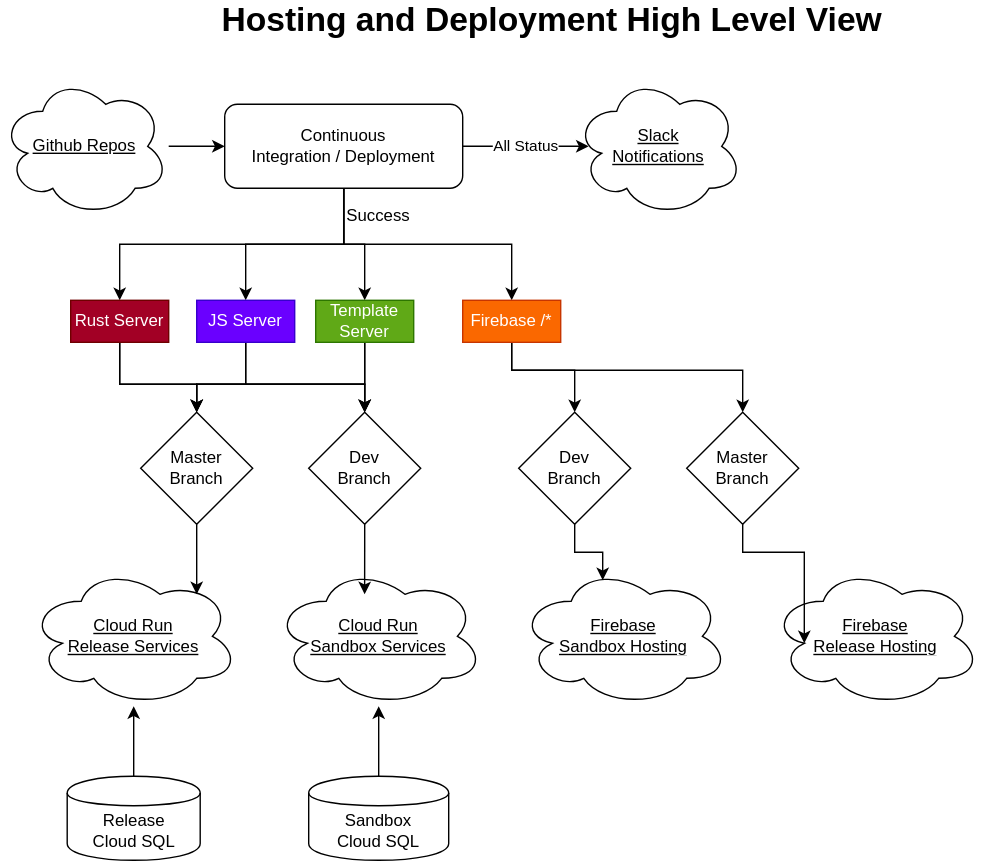
ji-devs/ji-cloud keeps this draw.io diagram as documentation/src/engineering/hosting-deployment/hosting-deployment.drawio.svg. Above is the earlier version. Source tidied: cells renumbered, new cells last; positions are measured from the earlier drawing's top-left corner, leaving out a move shared by most shapes. Its diagram source:
```xml
<mxGraphModel>
  <root>
    <mxCell id="0" />
    <mxCell id="1" parent="0" />
    <mxCell id="2" style="edgeStyle=orthogonalEdgeStyle;rounded=0;jettySize=auto;html=1;entryX=0;entryY=0.5;entryDx=0;entryDy=0;" parent="1" edge="1" source="3" target="9">
      <mxGeometry relative="1" as="geometry" />
    </mxCell>
    <mxCell id="3" value="&lt;u&gt;Github Repos&lt;/u&gt;" style="ellipse;shape=cloud;whiteSpace=wrap;html=1;" parent="1" vertex="1">
      <mxGeometry y="50" width="120" height="100" as="geometry" />
    </mxCell>
    <mxCell id="4" value="All Status" style="edgeStyle=orthogonalEdgeStyle;rounded=0;jettySize=auto;html=1;entryX=0.083;entryY=0.5;entryDx=0;entryDy=0;entryPerimeter=0;" parent="1" edge="1" source="9" target="10">
      <mxGeometry relative="1" as="geometry" />
    </mxCell>
    <mxCell id="5" style="edgeStyle=orthogonalEdgeStyle;rounded=0;jettySize=auto;html=1;entryX=0.5;entryY=0;entryDx=0;entryDy=0;" parent="1" edge="1" source="9" target="13">
      <mxGeometry relative="1" as="geometry">
        <Array as="points">
          <mxPoint x="245" y="170" />
          <mxPoint x="85" y="170" />
        </Array>
      </mxGeometry>
    </mxCell>
    <mxCell id="6" style="edgeStyle=orthogonalEdgeStyle;rounded=0;jettySize=auto;html=1;" parent="1" edge="1" source="9" target="16">
      <mxGeometry relative="1" as="geometry" />
    </mxCell>
    <mxCell id="7" style="edgeStyle=orthogonalEdgeStyle;rounded=0;jettySize=auto;html=1;entryX=0.5;entryY=0;entryDx=0;entryDy=0;" parent="1" edge="1" source="9" target="19">
      <mxGeometry relative="1" as="geometry" />
    </mxCell>
    <mxCell id="8" style="edgeStyle=orthogonalEdgeStyle;rounded=0;jettySize=auto;html=1;entryX=0.5;entryY=0;entryDx=0;entryDy=0;" parent="1" edge="1" source="9" target="23">
      <mxGeometry relative="1" as="geometry" />
    </mxCell>
    <mxCell id="9" value="Continuous &lt;br&gt;Integration / Deployment" style="rounded=1;whiteSpace=wrap;html=1;" parent="1" vertex="1">
      <mxGeometry x="160" y="70" width="170" height="60" as="geometry" />
    </mxCell>
    <mxCell id="10" value="&lt;u&gt;Slack &lt;br&gt;Notifications&lt;/u&gt;" style="ellipse;shape=cloud;whiteSpace=wrap;html=1;" parent="1" vertex="1">
      <mxGeometry x="410" y="50" width="120" height="100" as="geometry" />
    </mxCell>
    <mxCell id="11" style="edgeStyle=orthogonalEdgeStyle;rounded=0;jettySize=auto;html=1;" parent="1" edge="1" source="13" target="27">
      <mxGeometry relative="1" as="geometry">
        <Array as="points">
          <mxPoint x="85" y="270" />
          <mxPoint x="140" y="270" />
        </Array>
      </mxGeometry>
    </mxCell>
    <mxCell id="12" style="edgeStyle=orthogonalEdgeStyle;rounded=0;jettySize=auto;html=1;entryX=0.5;entryY=0;entryDx=0;entryDy=0;" parent="1" edge="1" source="13" target="29">
      <mxGeometry relative="1" as="geometry">
        <Array as="points">
          <mxPoint x="85" y="270" />
          <mxPoint x="260" y="270" />
        </Array>
      </mxGeometry>
    </mxCell>
    <mxCell id="13" value="Rust Server" style="rounded=0;whiteSpace=wrap;html=1;fillColor=#a20025;strokeColor=#6F0000;fontColor=#ffffff;" parent="1" vertex="1">
      <mxGeometry x="50" y="210" width="70" height="30" as="geometry" />
    </mxCell>
    <mxCell id="14" style="edgeStyle=orthogonalEdgeStyle;rounded=0;jettySize=auto;html=1;" parent="1" edge="1" source="16" target="27">
      <mxGeometry relative="1" as="geometry">
        <Array as="points">
          <mxPoint x="175" y="270" />
          <mxPoint x="140" y="270" />
        </Array>
      </mxGeometry>
    </mxCell>
    <mxCell id="15" style="edgeStyle=orthogonalEdgeStyle;rounded=0;jettySize=auto;html=1;entryX=0.5;entryY=0;entryDx=0;entryDy=0;" parent="1" edge="1" source="16" target="29">
      <mxGeometry relative="1" as="geometry">
        <Array as="points">
          <mxPoint x="175" y="270" />
          <mxPoint x="260" y="270" />
        </Array>
      </mxGeometry>
    </mxCell>
    <mxCell id="16" value="JS Server" style="rounded=0;whiteSpace=wrap;html=1;fillColor=#6a00ff;strokeColor=#3700CC;fontColor=#ffffff;" parent="1" vertex="1">
      <mxGeometry x="140" y="210" width="70" height="30" as="geometry" />
    </mxCell>
    <mxCell id="17" style="edgeStyle=orthogonalEdgeStyle;rounded=0;jettySize=auto;html=1;" parent="1" edge="1" source="19" target="27">
      <mxGeometry relative="1" as="geometry">
        <Array as="points">
          <mxPoint x="260" y="270" />
          <mxPoint x="140" y="270" />
        </Array>
      </mxGeometry>
    </mxCell>
    <mxCell id="18" style="edgeStyle=orthogonalEdgeStyle;rounded=0;jettySize=auto;html=1;entryX=0.5;entryY=0;entryDx=0;entryDy=0;" parent="1" edge="1" source="19" target="29">
      <mxGeometry relative="1" as="geometry" />
    </mxCell>
    <mxCell id="19" value="Template Server" style="rounded=0;whiteSpace=wrap;html=1;fillColor=#60a917;strokeColor=#2D7600;fontColor=#ffffff;" parent="1" vertex="1">
      <mxGeometry x="225" y="210" width="70" height="30" as="geometry" />
    </mxCell>
    <mxCell id="20" value="&lt;u&gt;Cloud Run&lt;br&gt;Release Services&lt;br&gt;&lt;/u&gt;" style="ellipse;shape=cloud;whiteSpace=wrap;html=1;" parent="1" vertex="1">
      <mxGeometry x="20" y="400" width="150" height="100" as="geometry" />
    </mxCell>
    <mxCell id="21" style="edgeStyle=orthogonalEdgeStyle;rounded=0;jettySize=auto;html=1;" parent="1" edge="1" source="23" target="36">
      <mxGeometry relative="1" as="geometry">
        <Array as="points">
          <mxPoint x="365" y="260" />
          <mxPoint x="410" y="260" />
        </Array>
      </mxGeometry>
    </mxCell>
    <mxCell id="22" style="edgeStyle=orthogonalEdgeStyle;rounded=0;jettySize=auto;html=1;" parent="1" edge="1" source="23" target="38">
      <mxGeometry relative="1" as="geometry">
        <Array as="points">
          <mxPoint x="365" y="260" />
          <mxPoint x="530" y="260" />
        </Array>
      </mxGeometry>
    </mxCell>
    <mxCell id="23" value="Firebase /*" style="rounded=0;whiteSpace=wrap;html=1;fillColor=#fa6800;strokeColor=#C73500;fontColor=#ffffff;" parent="1" vertex="1">
      <mxGeometry x="330" y="210" width="70" height="30" as="geometry" />
    </mxCell>
    <mxCell id="24" value="&lt;u&gt;Cloud Run&lt;br&gt;Sandbox Services&lt;br&gt;&lt;/u&gt;" style="ellipse;shape=cloud;whiteSpace=wrap;html=1;" parent="1" vertex="1">
      <mxGeometry x="195" y="400" width="150" height="100" as="geometry" />
    </mxCell>
    <mxCell id="25" value="Success" style="text;html=1;strokeColor=none;fillColor=none;align=center;verticalAlign=middle;whiteSpace=wrap;rounded=0;" parent="1" vertex="1">
      <mxGeometry x="250" y="140" width="40" height="20" as="geometry" />
    </mxCell>
    <mxCell id="26" style="edgeStyle=orthogonalEdgeStyle;rounded=0;jettySize=auto;html=1;entryX=0.8;entryY=0.2;entryDx=0;entryDy=0;entryPerimeter=0;" parent="1" edge="1" source="27" target="20">
      <mxGeometry relative="1" as="geometry" />
    </mxCell>
    <mxCell id="27" value="Master Branch" style="rhombus;whiteSpace=wrap;html=1;" parent="1" vertex="1">
      <mxGeometry x="100" y="290" width="80" height="80" as="geometry" />
    </mxCell>
    <mxCell id="28" style="edgeStyle=orthogonalEdgeStyle;rounded=0;jettySize=auto;html=1;entryX=0.433;entryY=0.2;entryDx=0;entryDy=0;entryPerimeter=0;" parent="1" edge="1" source="29" target="24">
      <mxGeometry relative="1" as="geometry" />
    </mxCell>
    <mxCell id="29" value="Dev&lt;br&gt;Branch" style="rhombus;whiteSpace=wrap;html=1;" parent="1" vertex="1">
      <mxGeometry x="220" y="290" width="80" height="80" as="geometry" />
    </mxCell>
    <mxCell id="30" style="edgeStyle=orthogonalEdgeStyle;rounded=0;jettySize=auto;html=1;entryX=0.5;entryY=1;entryDx=0;entryDy=0;entryPerimeter=0;" parent="1" edge="1" source="31" target="24">
      <mxGeometry relative="1" as="geometry" />
    </mxCell>
    <mxCell id="31" value="Sandbox&lt;br&gt;Cloud SQL" style="shape=cylinder;whiteSpace=wrap;html=1;boundedLbl=1;backgroundOutline=1;" parent="1" vertex="1">
      <mxGeometry x="220" y="550" width="100" height="60" as="geometry" />
    </mxCell>
    <mxCell id="32" style="edgeStyle=orthogonalEdgeStyle;rounded=0;jettySize=auto;html=1;entryX=0.5;entryY=1;entryDx=0;entryDy=0;entryPerimeter=0;" parent="1" edge="1" source="33" target="20">
      <mxGeometry relative="1" as="geometry" />
    </mxCell>
    <mxCell id="33" value="Release &lt;br&gt;Cloud SQL" style="shape=cylinder;whiteSpace=wrap;html=1;boundedLbl=1;backgroundOutline=1;" parent="1" vertex="1">
      <mxGeometry x="47.5" y="550" width="95" height="60" as="geometry" />
    </mxCell>
    <mxCell id="34" value="&lt;u&gt;Firebase&lt;br&gt;Release Hosting&lt;br&gt;&lt;/u&gt;" style="ellipse;shape=cloud;whiteSpace=wrap;html=1;" parent="1" vertex="1">
      <mxGeometry x="550" y="400" width="150" height="100" as="geometry" />
    </mxCell>
    <mxCell id="35" style="edgeStyle=orthogonalEdgeStyle;rounded=0;jettySize=auto;html=1;entryX=0.4;entryY=0.1;entryDx=0;entryDy=0;entryPerimeter=0;" parent="1" edge="1" source="36" target="39">
      <mxGeometry relative="1" as="geometry" />
    </mxCell>
    <mxCell id="36" value="Dev&lt;br&gt;Branch" style="rhombus;whiteSpace=wrap;html=1;" parent="1" vertex="1">
      <mxGeometry x="370" y="290" width="80" height="80" as="geometry" />
    </mxCell>
    <mxCell id="37" style="edgeStyle=orthogonalEdgeStyle;rounded=0;jettySize=auto;html=1;entryX=0.16;entryY=0.55;entryDx=0;entryDy=0;entryPerimeter=0;" parent="1" edge="1" source="38" target="34">
      <mxGeometry relative="1" as="geometry" />
    </mxCell>
    <mxCell id="38" value="Master&lt;br&gt;Branch" style="rhombus;whiteSpace=wrap;html=1;" parent="1" vertex="1">
      <mxGeometry x="490" y="290" width="80" height="80" as="geometry" />
    </mxCell>
    <mxCell id="39" value="&lt;u&gt;Firebase&lt;br&gt;Sandbox Hosting&lt;br&gt;&lt;/u&gt;" style="ellipse;shape=cloud;whiteSpace=wrap;html=1;" parent="1" vertex="1">
      <mxGeometry x="370" y="400" width="150" height="100" as="geometry" />
    </mxCell>
    <mxCell id="40" value="&lt;b&gt;&lt;font style=&quot;font-size: 24px&quot;&gt;Hosting and Deployment High Level View&lt;/font&gt;&lt;/b&gt;" style="text;html=1;strokeColor=none;fillColor=none;align=center;verticalAlign=middle;whiteSpace=wrap;rounded=0;" parent="1" vertex="1">
      <mxGeometry x="84" width="620" height="20" as="geometry" />
    </mxCell>
  </root>
</mxGraphModel>
```
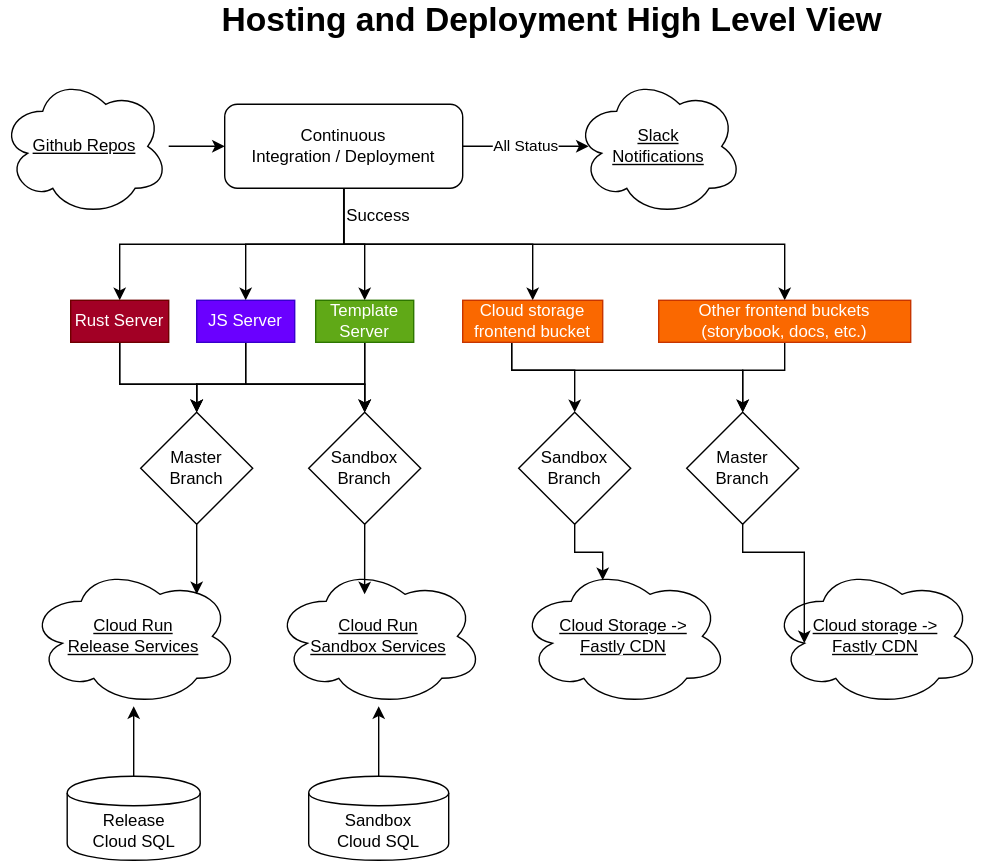
Later version of the same file.

Diff of the diagram source:
```diff
@@ -28,6 +28,14 @@
     <mxCell id="8" style="edgeStyle=orthogonalEdgeStyle;rounded=0;jettySize=auto;html=1;entryX=0.5;entryY=0;entryDx=0;entryDy=0;" parent="1" edge="1" source="9" target="23">
       <mxGeometry relative="1" as="geometry" />
     </mxCell>
+    <mxCell id="41" style="edgeStyle=orthogonalEdgeStyle;rounded=0;jettySize=auto;html=1;" parent="1" edge="1" source="9" target="43">
+      <mxGeometry relative="1" as="geometry">
+        <Array as="points">
+          <mxPoint x="245" y="170" />
+          <mxPoint x="560" y="170" />
+        </Array>
+      </mxGeometry>
+    </mxCell>
     <mxCell id="9" value="Continuous &lt;br&gt;Integration / Deployment" style="rounded=1;whiteSpace=wrap;html=1;" parent="1" vertex="1">
       <mxGeometry x="160" y="70" width="170" height="60" as="geometry" />
     </mxCell>
@@ -105,8 +113,8 @@
         </Array>
       </mxGeometry>
     </mxCell>
-    <mxCell id="23" value="Firebase /*" style="rounded=0;whiteSpace=wrap;html=1;fillColor=#fa6800;strokeColor=#C73500;fontColor=#ffffff;" parent="1" vertex="1">
-      <mxGeometry x="330" y="210" width="70" height="30" as="geometry" />
+    <mxCell id="23" value="Cloud storage frontend bucket" style="rounded=0;whiteSpace=wrap;html=1;fillColor=#fa6800;strokeColor=#C73500;fontColor=#ffffff;" parent="1" vertex="1">
+      <mxGeometry x="330" y="210" width="100" height="30" as="geometry" />
     </mxCell>
     <mxCell id="24" value="&lt;u&gt;Cloud Run&lt;br&gt;Sandbox Services&lt;br&gt;&lt;/u&gt;" style="ellipse;shape=cloud;whiteSpace=wrap;html=1;" parent="1" vertex="1">
       <mxGeometry x="195" y="400" width="150" height="100" as="geometry" />
@@ -123,7 +131,7 @@
     <mxCell id="28" style="edgeStyle=orthogonalEdgeStyle;rounded=0;jettySize=auto;html=1;entryX=0.433;entryY=0.2;entryDx=0;entryDy=0;entryPerimeter=0;" parent="1" edge="1" source="29" target="24">
       <mxGeometry relative="1" as="geometry" />
     </mxCell>
-    <mxCell id="29" value="Dev&lt;br&gt;Branch" style="rhombus;whiteSpace=wrap;html=1;" parent="1" vertex="1">
+    <mxCell id="29" value="Sandbox&lt;br&gt;Branch" style="rhombus;whiteSpace=wrap;html=1;" parent="1" vertex="1">
       <mxGeometry x="220" y="290" width="80" height="80" as="geometry" />
     </mxCell>
     <mxCell id="30" style="edgeStyle=orthogonalEdgeStyle;rounded=0;jettySize=auto;html=1;entryX=0.5;entryY=1;entryDx=0;entryDy=0;entryPerimeter=0;" parent="1" edge="1" source="31" target="24">
@@ -138,13 +146,13 @@
     <mxCell id="33" value="Release &lt;br&gt;Cloud SQL" style="shape=cylinder;whiteSpace=wrap;html=1;boundedLbl=1;backgroundOutline=1;" parent="1" vertex="1">
       <mxGeometry x="47.5" y="550" width="95" height="60" as="geometry" />
     </mxCell>
-    <mxCell id="34" value="&lt;u&gt;Firebase&lt;br&gt;Release Hosting&lt;br&gt;&lt;/u&gt;" style="ellipse;shape=cloud;whiteSpace=wrap;html=1;" parent="1" vertex="1">
+    <mxCell id="34" value="&lt;u&gt;Cloud storage -&amp;gt;&lt;br&gt;Fastly CDN&lt;br&gt;&lt;/u&gt;" style="ellipse;shape=cloud;whiteSpace=wrap;html=1;" parent="1" vertex="1">
       <mxGeometry x="550" y="400" width="150" height="100" as="geometry" />
     </mxCell>
     <mxCell id="35" style="edgeStyle=orthogonalEdgeStyle;rounded=0;jettySize=auto;html=1;entryX=0.4;entryY=0.1;entryDx=0;entryDy=0;entryPerimeter=0;" parent="1" edge="1" source="36" target="39">
       <mxGeometry relative="1" as="geometry" />
     </mxCell>
-    <mxCell id="36" value="Dev&lt;br&gt;Branch" style="rhombus;whiteSpace=wrap;html=1;" parent="1" vertex="1">
+    <mxCell id="36" value="Sandbox&lt;br&gt;Branch" style="rhombus;whiteSpace=wrap;html=1;" parent="1" vertex="1">
       <mxGeometry x="370" y="290" width="80" height="80" as="geometry" />
     </mxCell>
     <mxCell id="37" style="edgeStyle=orthogonalEdgeStyle;rounded=0;jettySize=auto;html=1;entryX=0.16;entryY=0.55;entryDx=0;entryDy=0;entryPerimeter=0;" parent="1" edge="1" source="38" target="34">
@@ -153,11 +161,22 @@
     <mxCell id="38" value="Master&lt;br&gt;Branch" style="rhombus;whiteSpace=wrap;html=1;" parent="1" vertex="1">
       <mxGeometry x="490" y="290" width="80" height="80" as="geometry" />
     </mxCell>
-    <mxCell id="39" value="&lt;u&gt;Firebase&lt;br&gt;Sandbox Hosting&lt;br&gt;&lt;/u&gt;" style="ellipse;shape=cloud;whiteSpace=wrap;html=1;" parent="1" vertex="1">
+    <mxCell id="39" value="&lt;u&gt;Cloud Storage -&amp;gt;&lt;br&gt;Fastly CDN&lt;br&gt;&lt;/u&gt;" style="ellipse;shape=cloud;whiteSpace=wrap;html=1;" parent="1" vertex="1">
       <mxGeometry x="370" y="400" width="150" height="100" as="geometry" />
     </mxCell>
     <mxCell id="40" value="&lt;b&gt;&lt;font style=&quot;font-size: 24px&quot;&gt;Hosting and Deployment High Level View&lt;/font&gt;&lt;/b&gt;" style="text;html=1;strokeColor=none;fillColor=none;align=center;verticalAlign=middle;whiteSpace=wrap;rounded=0;" parent="1" vertex="1">
       <mxGeometry x="84" width="620" height="20" as="geometry" />
     </mxCell>
+    <mxCell id="42" style="edgeStyle=orthogonalEdgeStyle;rounded=0;jettySize=auto;html=1;" parent="1" edge="1" source="43" target="38">
+      <mxGeometry relative="1" as="geometry">
+        <Array as="points">
+          <mxPoint x="560" y="260" />
+          <mxPoint x="530" y="260" />
+        </Array>
+      </mxGeometry>
+    </mxCell>
+    <mxCell id="43" value="Other frontend buckets (storybook, docs, etc.)" style="rounded=0;whiteSpace=wrap;html=1;fillColor=#fa6800;strokeColor=#C73500;fontColor=#ffffff;" parent="1" vertex="1">
+      <mxGeometry x="470" y="210" width="180" height="30" as="geometry" />
+    </mxCell>
   </root>
 </mxGraphModel>
```
